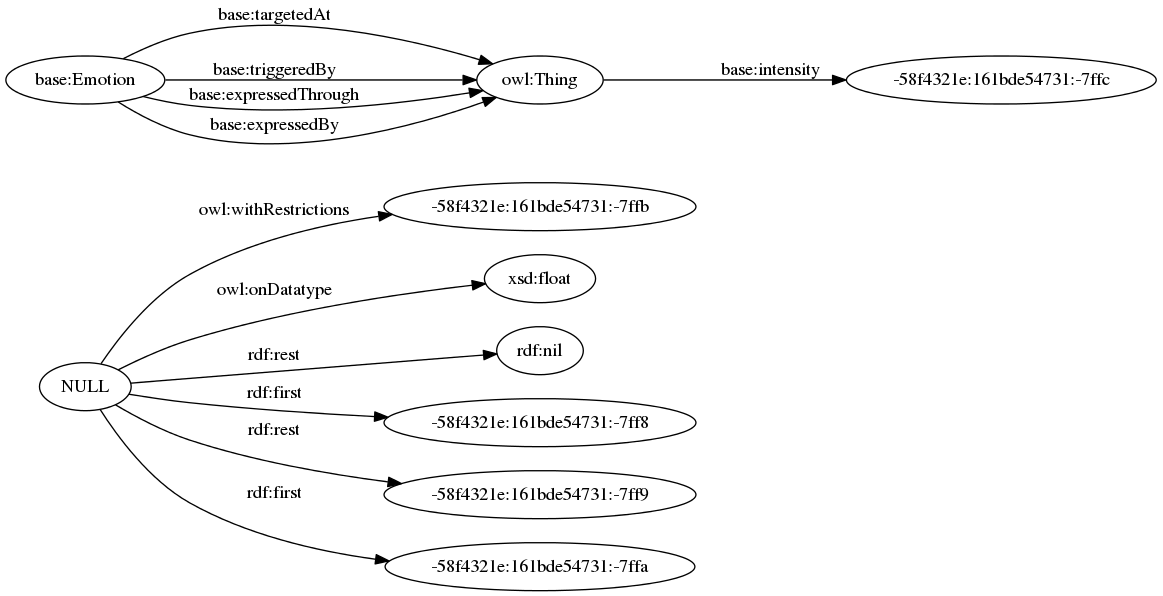
This is OnToology/HEO.owl/diagrams/ar2dtool-class/HEO.owl.png from OnToologyUser/Propsed-Ontology-Huam-Affective-States-Ontology-and-their-influences-HASIO-, a Graphviz export, as it was before one commit. Its source is kept beside it as OnToology/HEO.owl/diagrams/ar2dtool-class/HEO.owl.png.dot.
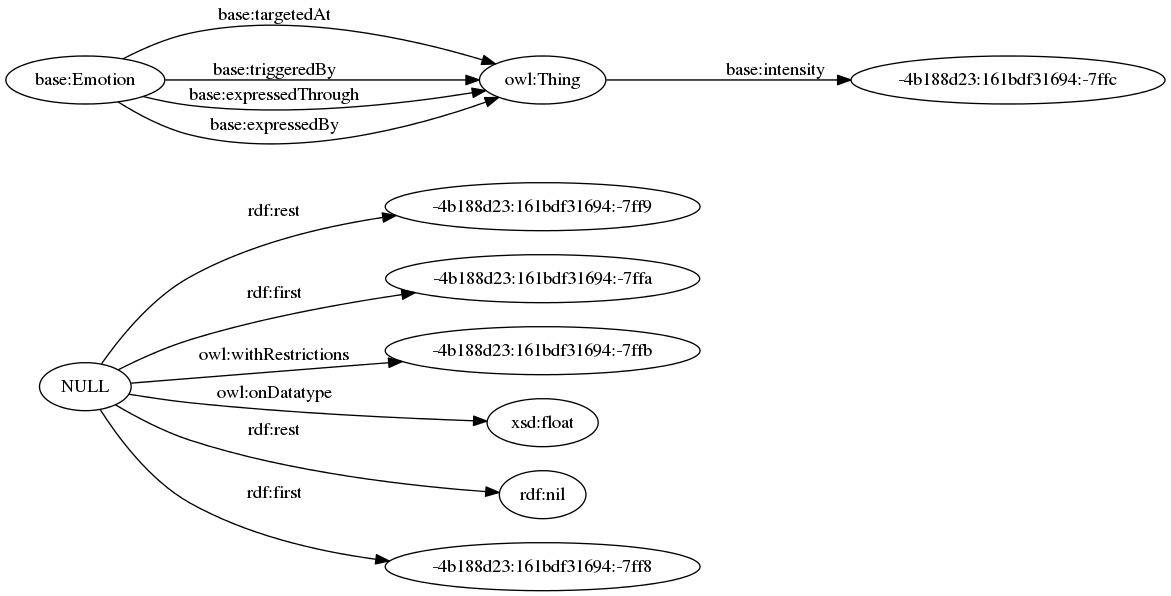
Above is the later version.

Change to the diagram source:
```diff
@@ -1,14 +1,14 @@
 digraph ar2dtool_diagram {
 rankdir=LR;
 size="1501"
-	"NULL" -> "-58f4321e:161bde54731:-7ffb" [ label = "owl:withRestrictions" ];
+	"NULL" -> "-4b188d23:161bdf31694:-7ff9" [ label = "rdf:rest" ];
+	"NULL" -> "-4b188d23:161bdf31694:-7ffa" [ label = "rdf:first" ];
+	"NULL" -> "-4b188d23:161bdf31694:-7ffb" [ label = "owl:withRestrictions" ];
 	"NULL" -> "xsd:float" [ label = "owl:onDatatype" ];
 	"NULL" -> "rdf:nil" [ label = "rdf:rest" ];
-	"NULL" -> "-58f4321e:161bde54731:-7ff8" [ label = "rdf:first" ];
-	"NULL" -> "-58f4321e:161bde54731:-7ff9" [ label = "rdf:rest" ];
-	"NULL" -> "-58f4321e:161bde54731:-7ffa" [ label = "rdf:first" ];
+	"NULL" -> "-4b188d23:161bdf31694:-7ff8" [ label = "rdf:first" ];
 	"base:Emotion" -> "owl:Thing" [ label = "base:targetedAt" ];
-	"owl:Thing" -> "-58f4321e:161bde54731:-7ffc" [ label = "base:intensity" ];
+	"owl:Thing" -> "-4b188d23:161bdf31694:-7ffc" [ label = "base:intensity" ];
 	"base:Emotion" -> "owl:Thing" [ label = "base:triggeredBy" ];
 	"base:Emotion" -> "owl:Thing" [ label = "base:expressedThrough" ];
 	"base:Emotion" -> "owl:Thing" [ label = "base:expressedBy" ];
```
